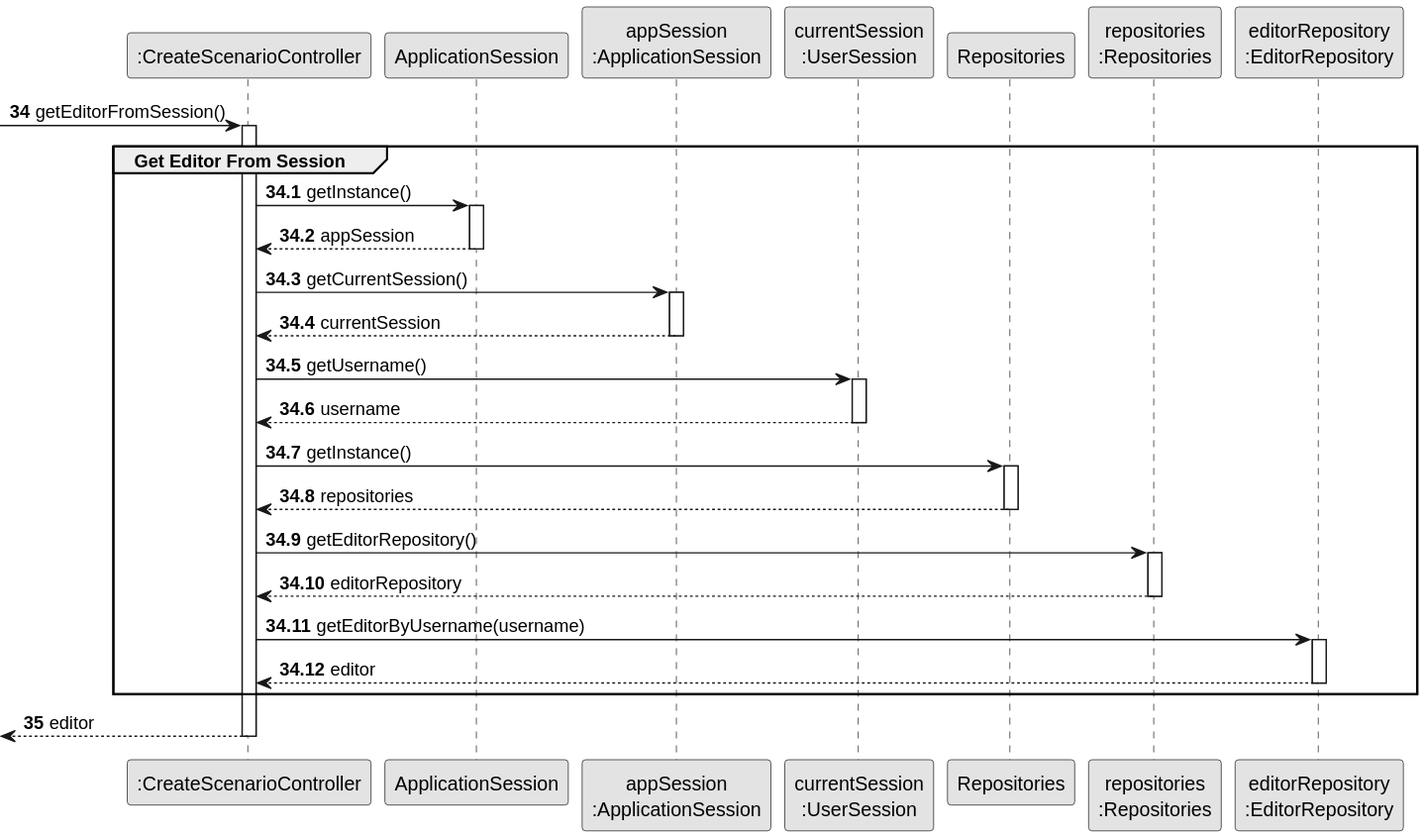
HenriqueSilva18/Railway-Network-Simulator keeps this PlantUML diagram as docs/system-documentation/Sprint 2/US04/03.design/svg/US04-SD-partial-get-editor-from-session.svg. Above is the earlier version.
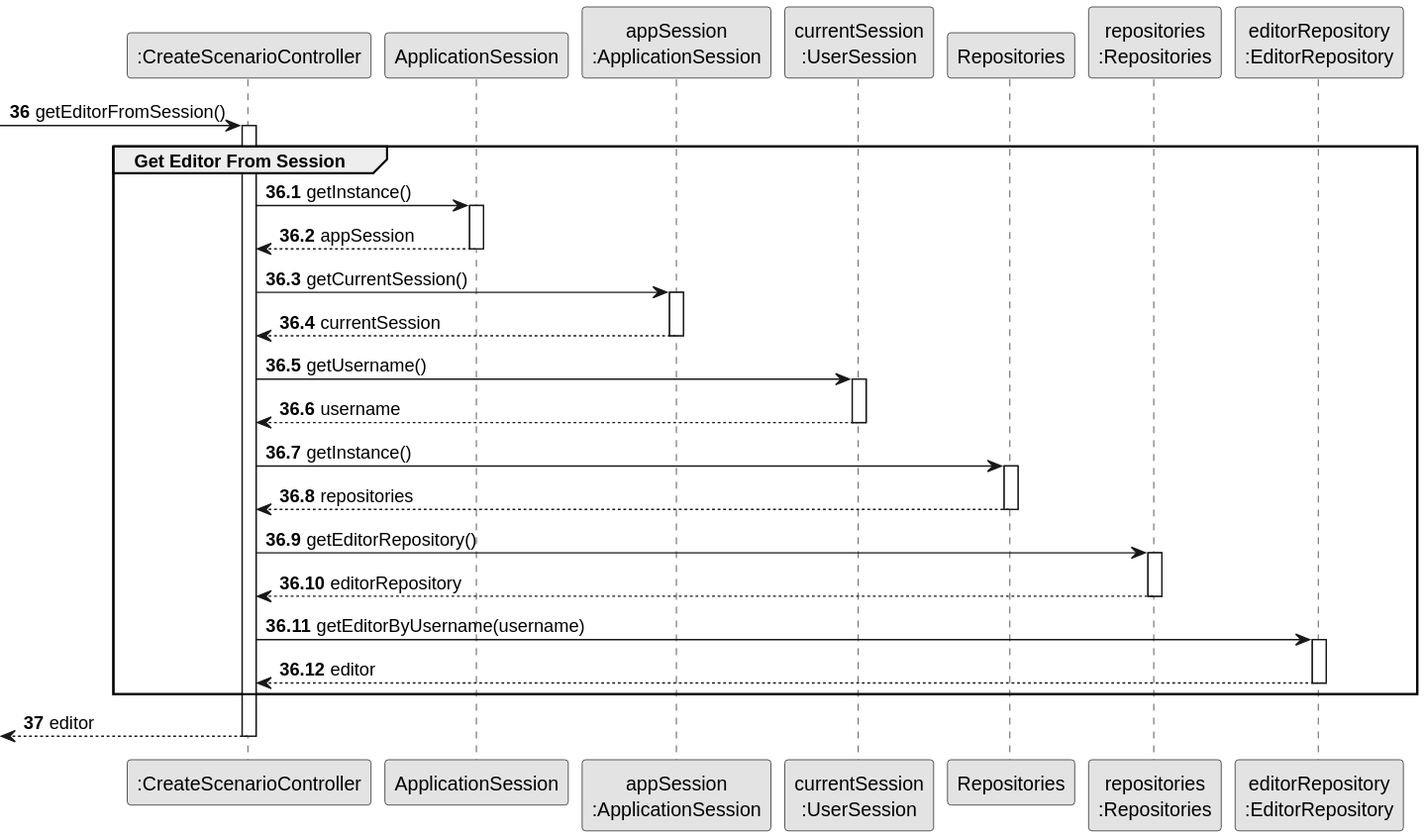
After the change.

The edit, as a diff of the source:
```diff
@@ -11,10 +11,10 @@
 participant "repositories\n:Repositories" as REPOS_SINGLETON
 participant "editorRepository\n:EditorRepository" as EDITOR_REPO
 
-autonumber 34
+autonumber 36
 -> CTRL : getEditorFromSession()
 
-autonumber 34.1
+autonumber 36.1
 activate CTRL
     group Get Editor From Session
         CTRL -> APP_SESSION : getInstance()
@@ -48,7 +48,7 @@
         deactivate EDITOR_REPO
     end
 
-    autonumber 35
+    autonumber 37
     <-- CTRL : editor
 deactivate CTRL
 @enduml
```
